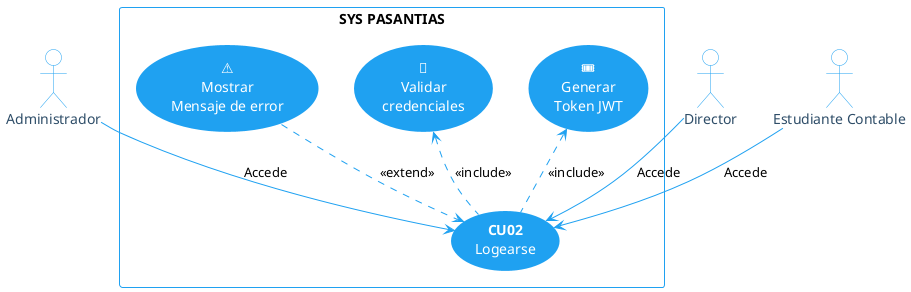
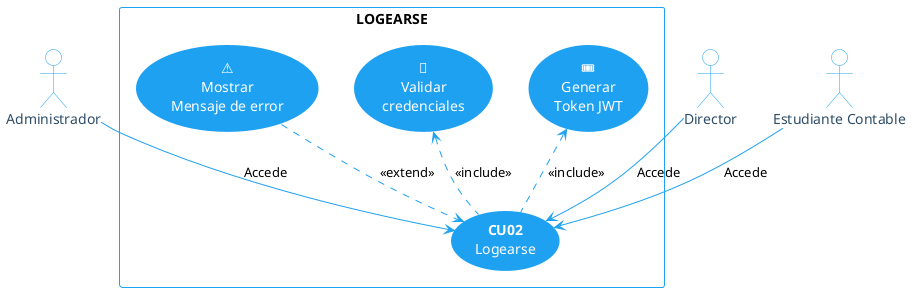
@startuml
' Configuración de colores estilo docente
skinparam usecase {
    BackgroundColor #1FA1F1
    BorderColor #1FA1F1
    FontColor white
    FontSize 14
}
skinparam actor {
    BorderColor #1FA1F1
    FontColor #2E4D68
    BackgroundColor white
}
skinparam ArrowColor #1FA1F1
skinparam package {
    BorderColor #1FA1F1
    FontColor #1FA1F1
}

actor "Administrador" as admin
actor "Director" as dir
actor "Estudiante Contable" as est

- rectangle "SYS PASANTIAS" {
+ rectangle "LOGEARSE" {
    usecase "🔐\nValidar\ncredenciales" as uc_validar
    usecase "🎟️\nGenerar\nToken JWT" as uc_jwt
    usecase "<b>CU02</b>\nLogearse" as uc_main
    usecase "⚠️\nMostrar\nMensaje de error" as uc_error
}

admin -[#1FA1F1]-> uc_main : Accede
dir -[#1FA1F1]-> uc_main : Accede
est -[#1FA1F1]-> uc_main : Accede

uc_main .up.> uc_validar : <<include>>
uc_main .up.> uc_jwt : <<include>>
uc_error .down.> uc_main : <<extend>>
@endum